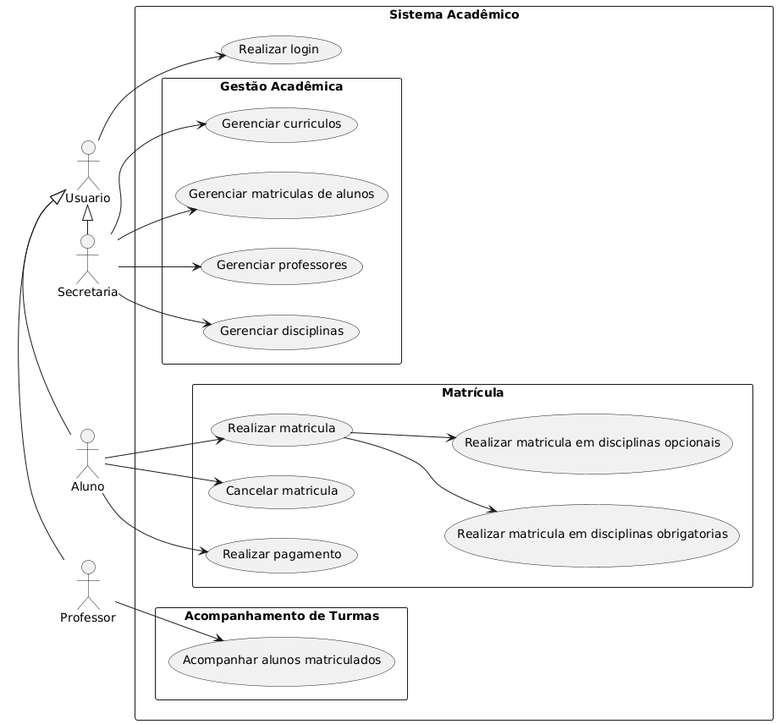
LeonardoVieiraM/laboratorioDesenvolvimentoSoftware keeps this PlantUML diagram as project/img/useCase.png. Above is the earlier version.
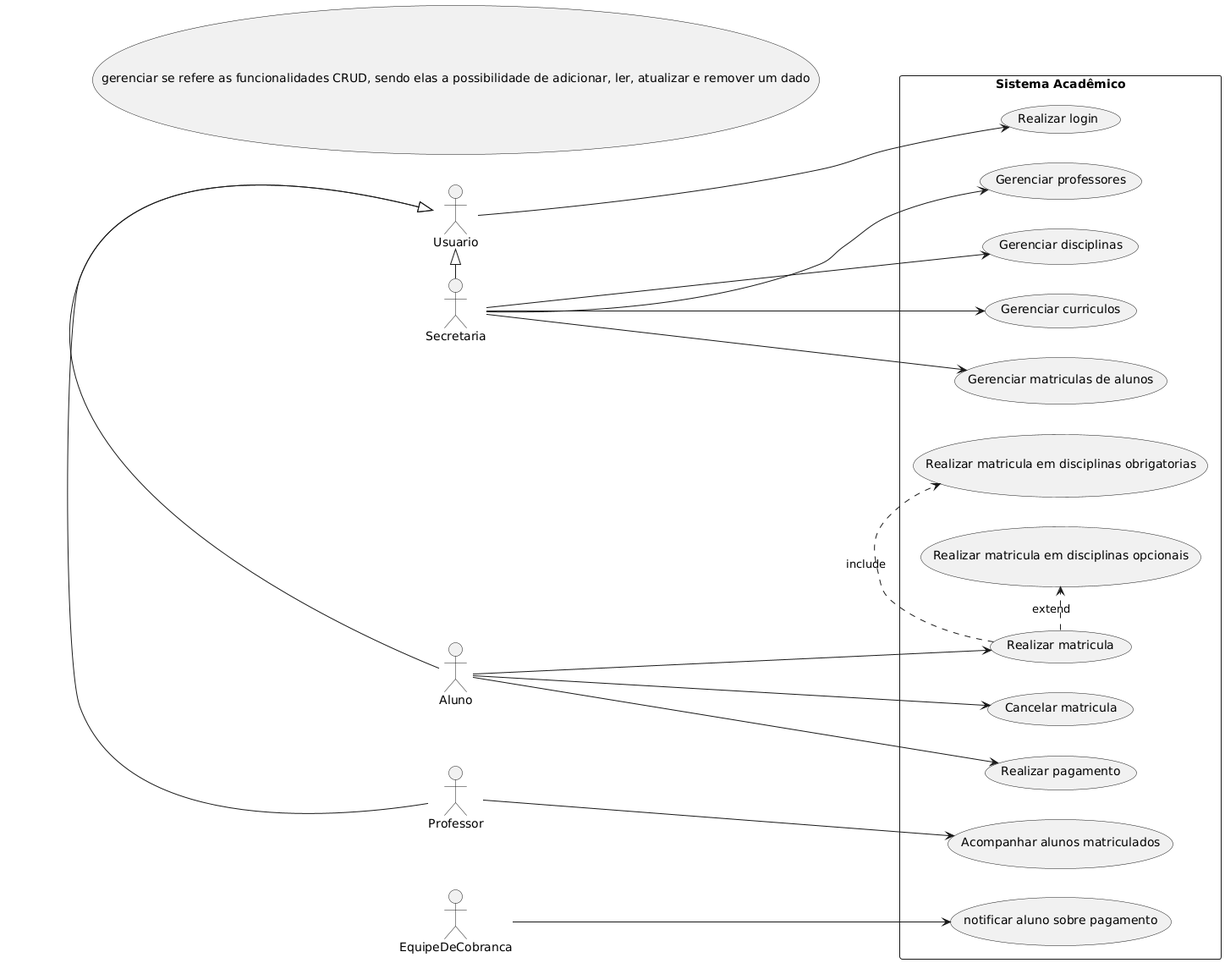
The same file after the commit.

The edit, as a diff of the source:
```diff
@@ -6,30 +6,30 @@
 actor Aluno as a
 actor Secretaria as s
 actor Usuario as u
+actor EquipeDeCobranca as e
 
 u <|- p
 u <|- a
 u <|- s
 
+(gerenciar se refere as funcionalidades CRUD, sendo elas a possibilidade de adicionar, ler, atualizar e remover um dado)
+
 rectangle "Sistema Acadêmico" {
-    rectangle "Matrícula" {
-        usecase "Realizar matricula" as a1
-        usecase "Realizar matricula em disciplinas obrigatorias" as a2
-        usecase "Realizar matricula em disciplinas opcionais" as a3
-        usecase "Cancelar matricula" as a4
-        usecase "Realizar pagamento" as a5
-    }
 
-    rectangle "Gestão Acadêmica" {
-        usecase "Gerenciar curriculos" as s1
-        usecase "Gerenciar matriculas de alunos" as s2
-        usecase "Gerenciar professores" as s3
-        usecase "Gerenciar disciplinas" as s4
-    }
+    usecase "Realizar matricula" as a1
+    usecase "Realizar matricula em disciplinas obrigatorias" as a2
+    usecase "Realizar matricula em disciplinas opcionais" as a3
+    usecase "Cancelar matricula" as a4
+    usecase "Realizar pagamento" as a5
 
-    rectangle "Acompanhamento de Turmas" {
-        usecase "Acompanhar alunos matriculados" as p1
-    }
+    usecase "Gerenciar curriculos" as s1
+    usecase "Gerenciar matriculas de alunos" as s2
+    usecase "Gerenciar professores" as s3
+    usecase "Gerenciar disciplinas" as s4
+
+    usecase "Acompanhar alunos matriculados" as p1
+
+    usecase "notificar aluno sobre pagamento" as e1
 
     usecase "Realizar login" as u1
 }
@@ -42,11 +42,13 @@
 a --> a4
 a --> a5
 
-a1 --> a2
-a1 --> a3
+a1 .> a2 : include
+a1 .> a3 : extend
 
 s --> s1
 s --> s2
 s --> s3
 s --> s4
+
+e --> e1
 @enduml
```
